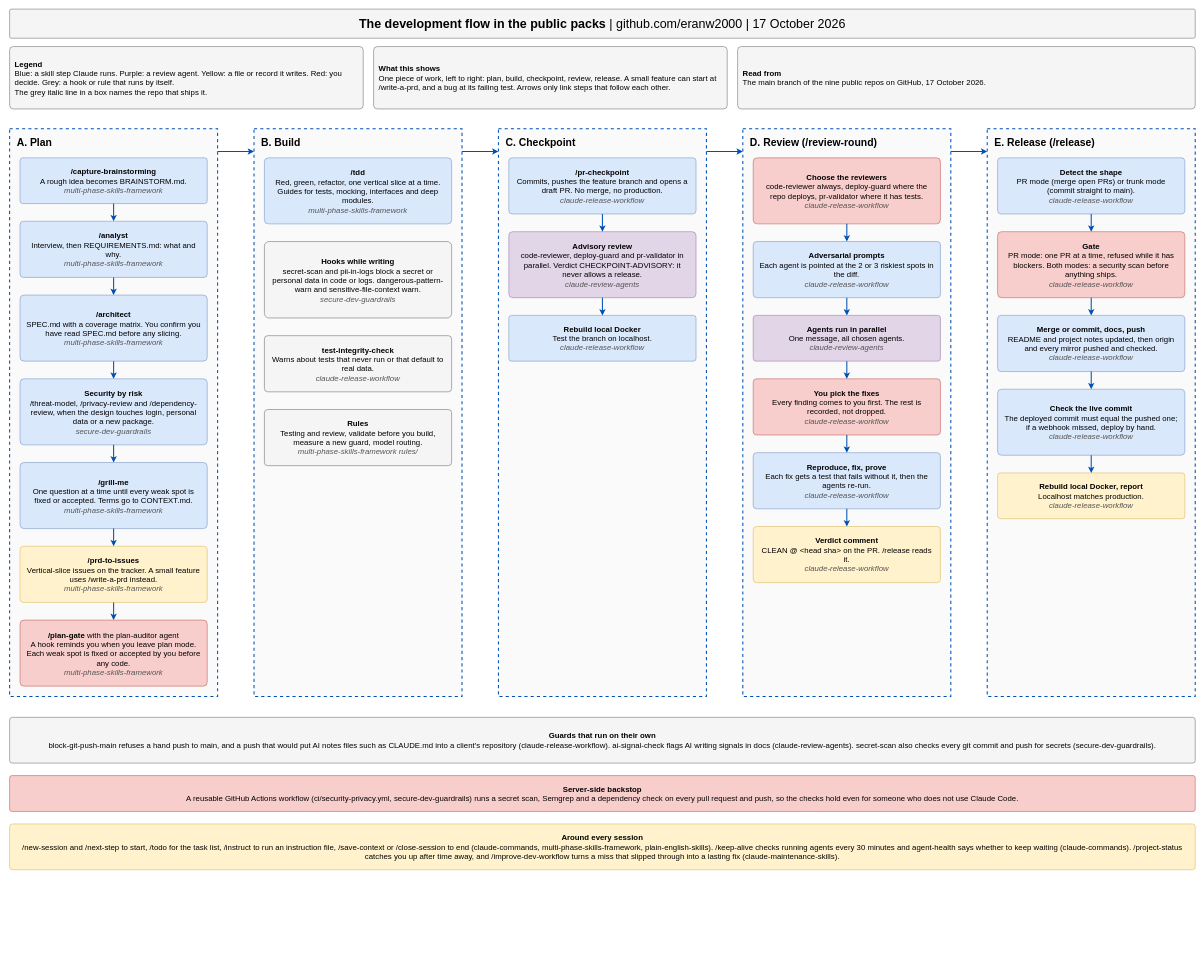
Above: docs/development-flow.drawio in eranw2000/eranw2000 (draw.io), before the change. Source tidied: cells renumbered, new cells numbered last; positions are measured from the earlier drawing's top-left corner, leaving out a move shared by most shapes. Both pictures are drawn from the tidied source at 52%, with x=0, y=0 at pixel (9, 9).
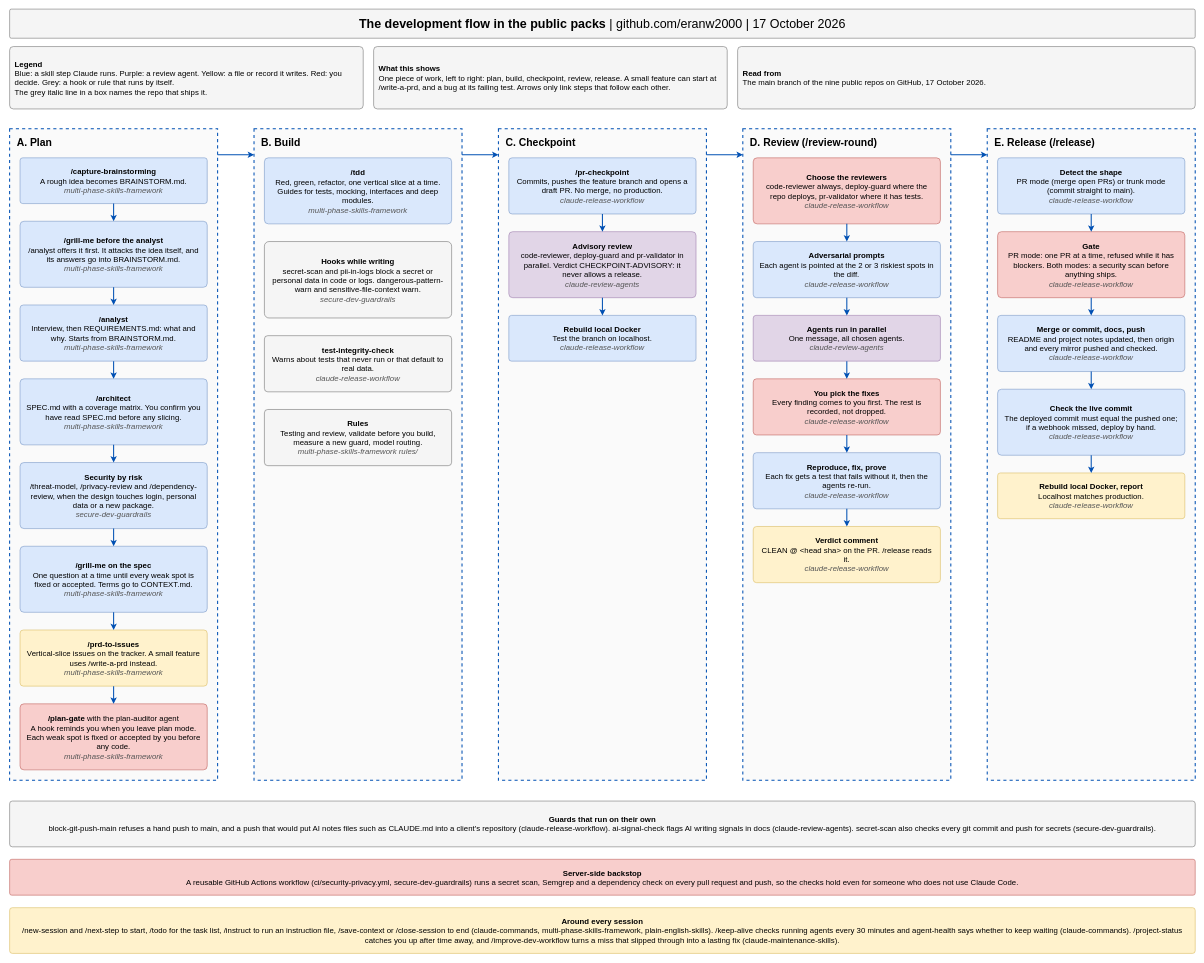
After the change.

Commit message (it also covers changes not shown here):
Development flow: show /grill-me before /analyst

/analyst offers /grill-me first and the grill writes its answers into
BRAINSTORM.md. The Plan column now shows that step as its own box.

The change refers to these unchanged cells:
```xml
<mxCell id="11" value="&lt;b&gt;/capture-brainstorming&lt;/b&gt;&lt;br&gt;A rough idea becomes BRAINSTORM.md.&lt;br&gt;&lt;i&gt;&lt;font color=&quot;#555555&quot;&gt;multi-phase-skills-framework&lt;/font&gt;&lt;/i&gt;" style="rounded=1;arcSize=6;whiteSpace=wrap;html=1;fillColor=#dae8fc;strokeColor=#6c8ebf;fontSize=15;fontFamily=Helvetica;spacing=10;align=center;verticalAlign=middle;" parent="1" vertex="1">
  <mxGeometry x="20" y="286" width="360" height="88" as="geometry" />
</mxCell>
```

Diff of the diagram source:
```diff
@@
     <mxCell id="6" value="A. Plan" style="rounded=0;whiteSpace=wrap;html=1;fillColor=#fafafa;strokeColor=#0050b3;fontStyle=1;fontSize=20;verticalAlign=top;align=left;spacingLeft=12;spacingTop=8;dashed=1;strokeWidth=2;fontFamily=Helvetica;" parent="1" vertex="1">
-      <mxGeometry y="230" width="400" height="1092" as="geometry" />
+      <mxGeometry y="230" width="400" height="1253" as="geometry" />
     </mxCell>
     <mxCell id="7" value="B. Build" style="rounded=0;whiteSpace=wrap;html=1;fillColor=#fafafa;strokeColor=#0050b3;fontStyle=1;fontSize=20;verticalAlign=top;align=left;spacingLeft=12;spacingTop=8;dashed=1;strokeWidth=2;fontFamily=Helvetica;" parent="1" vertex="1">
-      <mxGeometry x="470" y="230" width="400" height="1092" as="geometry" />
+      <mxGeometry x="470" y="230" width="400" height="1253" as="geometry" />
     </mxCell>
     <mxCell id="8" value="C. Checkpoint" style="rounded=0;whiteSpace=wrap;html=1;fillColor=#fafafa;strokeColor=#0050b3;fontStyle=1;fontSize=20;verticalAlign=top;align=left;spacingLeft=12;spacingTop=8;dashed=1;strokeWidth=2;fontFamily=Helvetica;" parent="1" vertex="1">
-      <mxGeometry x="940" y="230" width="400" height="1092" as="geometry" />
+      <mxGeometry x="940" y="230" width="400" height="1253" as="geometry" />
     </mxCell>
     <mxCell id="9" value="D. Review (/review-round)" style="rounded=0;whiteSpace=wrap;html=1;fillColor=#fafafa;strokeColor=#0050b3;fontStyle=1;fontSize=20;verticalAlign=top;align=left;spacingLeft=12;spacingTop=8;dashed=1;strokeWidth=2;fontFamily=Helvetica;" parent="1" vertex="1">
-      <mxGeometry x="1410" y="230" width="400" height="1092" as="geometry" />
+      <mxGeometry x="1410" y="230" width="400" height="1253" as="geometry" />
     </mxCell>
     <mxCell id="10" value="E. Release (/release)" style="rounded=0;whiteSpace=wrap;html=1;fillColor=#fafafa;strokeColor=#0050b3;fontStyle=1;fontSize=20;verticalAlign=top;align=left;spacingLeft=12;spacingTop=8;dashed=1;strokeWidth=2;fontFamily=Helvetica;" parent="1" vertex="1">
-      <mxGeometry x="1880" y="230" width="400" height="1092" as="geometry" />
+      <mxGeometry x="1880" y="230" width="400" height="1253" as="geometry" />
     </mxCell>
@@
+    <mxCell id="60" value="&lt;b&gt;/grill-me before the analyst&lt;/b&gt;&lt;br&gt;/analyst offers it first. It attacks the idea itself, and its answers go into BRAINSTORM.md.&lt;br&gt;&lt;i&gt;&lt;font color=&quot;#555555&quot;&gt;multi-phase-skills-framework&lt;/font&gt;&lt;/i&gt;" style="rounded=1;arcSize=6;whiteSpace=wrap;html=1;fillColor=#dae8fc;strokeColor=#6c8ebf;fontSize=15;fontFamily=Helvetica;spacing=10;align=center;verticalAlign=middle;" parent="1" vertex="1">
+      <mxGeometry x="20" y="408" width="360" height="127" as="geometry" />
+    </mxCell>
+    <mxCell id="61" style="edgeStyle=orthogonalEdgeStyle;rounded=0;html=1;endArrow=classic;strokeWidth=2;strokeColor=#0050b3;exitX=0.5;exitY=1;entryX=0.5;entryY=0;" parent="1" edge="1" source="11" target="60">
+      <mxGeometry relative="1" as="geometry" />
+    </mxCell>
-    <mxCell id="12" value="&lt;b&gt;/analyst&lt;/b&gt;&lt;br&gt;Interview, then REQUIREMENTS.md: what and why.&lt;br&gt;&lt;i&gt;&lt;font color=&quot;#555555&quot;&gt;multi-phase-skills-framework&lt;/font&gt;&lt;/i&gt;" style="rounded=1;arcSize=6;whiteSpace=wrap;html=1;fillColor=#dae8fc;strokeColor=#6c8ebf;fontSize=15;fontFamily=Helvetica;spacing=10;align=center;verticalAlign=middle;" parent="1" vertex="1">
-      <mxGeometry x="20" y="408" width="360" height="108" as="geometry" />
+    <mxCell id="12" value="&lt;b&gt;/analyst&lt;/b&gt;&lt;br&gt;Interview, then REQUIREMENTS.md: what and why. Starts from BRAINSTORM.md.&lt;br&gt;&lt;i&gt;&lt;font color=&quot;#555555&quot;&gt;multi-phase-skills-framework&lt;/font&gt;&lt;/i&gt;" style="rounded=1;arcSize=6;whiteSpace=wrap;html=1;fillColor=#dae8fc;strokeColor=#6c8ebf;fontSize=15;fontFamily=Helvetica;spacing=10;align=center;verticalAlign=middle;" parent="1" vertex="1">
+      <mxGeometry x="20" y="569" width="360" height="108" as="geometry" />
     </mxCell>
-    <mxCell id="13" style="edgeStyle=orthogonalEdgeStyle;rounded=0;html=1;endArrow=classic;strokeWidth=2;strokeColor=#0050b3;exitX=0.5;exitY=1;entryX=0.5;entryY=0;" parent="1" edge="1" source="11" target="12">
-      <mxGeometry relative="1" as="geometry" />
-    </mxCell>
+    <mxCell id="62" style="edgeStyle=orthogonalEdgeStyle;rounded=0;html=1;endArrow=classic;strokeWidth=2;strokeColor=#0050b3;exitX=0.5;exitY=1;entryX=0.5;entryY=0;" parent="1" edge="1" source="60" target="12">
+      <mxGeometry relative="1" as="geometry" />
+    </mxCell>
     <mxCell id="14" value="&lt;b&gt;/architect&lt;/b&gt;&lt;br&gt;SPEC.md with a coverage matrix. You confirm you have read SPEC.md before any slicing.&lt;br&gt;&lt;i&gt;&lt;font color=&quot;#555555&quot;&gt;multi-phase-skills-framework&lt;/font&gt;&lt;/i&gt;" style="rounded=1;arcSize=6;whiteSpace=wrap;html=1;fillColor=#dae8fc;strokeColor=#6c8ebf;fontSize=15;fontFamily=Helvetica;spacing=10;align=center;verticalAlign=middle;" parent="1" vertex="1">
-      <mxGeometry x="20" y="550" width="360" height="127" as="geometry" />
+      <mxGeometry x="20" y="711" width="360" height="127" as="geometry" />
     </mxCell>
@@
     <mxCell id="16" value="&lt;b&gt;Security by risk&lt;/b&gt;&lt;br&gt;/threat-model, /privacy-review and /dependency-review, when the design touches login, personal data or a new package.&lt;br&gt;&lt;i&gt;&lt;font color=&quot;#555555&quot;&gt;secure-dev-guardrails&lt;/font&gt;&lt;/i&gt;" style="rounded=1;arcSize=6;whiteSpace=wrap;html=1;fillColor=#dae8fc;strokeColor=#6c8ebf;fontSize=15;fontFamily=Helvetica;spacing=10;align=center;verticalAlign=middle;" parent="1" vertex="1">
-      <mxGeometry x="20" y="711" width="360" height="127" as="geometry" />
+      <mxGeometry x="20" y="872" width="360" height="127" as="geometry" />
     </mxCell>
@@
-    <mxCell id="18" value="&lt;b&gt;/grill-me&lt;/b&gt;&lt;br&gt;One question at a time until every weak spot is fixed or accepted. Terms go to CONTEXT.md.&lt;br&gt;&lt;i&gt;&lt;font color=&quot;#555555&quot;&gt;multi-phase-skills-framework&lt;/font&gt;&lt;/i&gt;" style="rounded=1;arcSize=6;whiteSpace=wrap;html=1;fillColor=#dae8fc;strokeColor=#6c8ebf;fontSize=15;fontFamily=Helvetica;spacing=10;align=center;verticalAlign=middle;" parent="1" vertex="1">
-      <mxGeometry x="20" y="872" width="360" height="127" as="geometry" />
+    <mxCell id="18" value="&lt;b&gt;/grill-me on the spec&lt;/b&gt;&lt;br&gt;One question at a time until every weak spot is fixed or accepted. Terms go to CONTEXT.md.&lt;br&gt;&lt;i&gt;&lt;font color=&quot;#555555&quot;&gt;multi-phase-skills-framework&lt;/font&gt;&lt;/i&gt;" style="rounded=1;arcSize=6;whiteSpace=wrap;html=1;fillColor=#dae8fc;strokeColor=#6c8ebf;fontSize=15;fontFamily=Helvetica;spacing=10;align=center;verticalAlign=middle;" parent="1" vertex="1">
+      <mxGeometry x="20" y="1033" width="360" height="127" as="geometry" />
     </mxCell>
@@
     <mxCell id="20" value="&lt;b&gt;/prd-to-issues&lt;/b&gt;&lt;br&gt;Vertical-slice issues on the tracker. A small feature uses /write-a-prd instead.&lt;br&gt;&lt;i&gt;&lt;font color=&quot;#555555&quot;&gt;multi-phase-skills-framework&lt;/font&gt;&lt;/i&gt;" style="rounded=1;arcSize=6;whiteSpace=wrap;html=1;fillColor=#fff2cc;strokeColor=#d6b656;fontSize=15;fontFamily=Helvetica;spacing=10;align=center;verticalAlign=middle;" parent="1" vertex="1">
-      <mxGeometry x="20" y="1033" width="360" height="108" as="geometry" />
+      <mxGeometry x="20" y="1194" width="360" height="108" as="geometry" />
     </mxCell>
@@
     <mxCell id="22" value="&lt;b&gt;/plan-gate&lt;/b&gt; with the plan-auditor agent&lt;br&gt;A hook reminds you when you leave plan mode. Each weak spot is fixed or accepted by you before any code.&lt;br&gt;&lt;i&gt;&lt;font color=&quot;#555555&quot;&gt;multi-phase-skills-framework&lt;/font&gt;&lt;/i&gt;" style="rounded=1;arcSize=6;whiteSpace=wrap;html=1;fillColor=#f8cecc;strokeColor=#b85450;fontSize=15;fontFamily=Helvetica;spacing=10;align=center;verticalAlign=middle;" parent="1" vertex="1">
-      <mxGeometry x="20" y="1175" width="360" height="127" as="geometry" />
+      <mxGeometry x="20" y="1336" width="360" height="127" as="geometry" />
     </mxCell>
@@
     <mxCell id="57" value="&lt;b&gt;Guards that run on their own&lt;/b&gt;&lt;br&gt;block-git-push-main refuses a hand push to main, and a push that would put AI notes files such as CLAUDE.md into a client's repository (claude-release-workflow). ai-signal-check flags AI writing signals in docs (claude-review-agents). secret-scan also checks every git commit and push for secrets (secure-dev-guardrails)." style="rounded=1;arcSize=6;whiteSpace=wrap;html=1;fillColor=#f5f5f5;strokeColor=#666666;fontSize=15;fontFamily=Helvetica;spacing=10;align=center;verticalAlign=middle;" parent="1" vertex="1">
-      <mxGeometry y="1362" width="2280" height="88" as="geometry" />
+      <mxGeometry y="1523" width="2280" height="88" as="geometry" />
     </mxCell>
     <mxCell id="58" value="&lt;b&gt;Server-side backstop&lt;/b&gt;&lt;br&gt;A reusable GitHub Actions workflow (ci/security-privacy.yml, secure-dev-guardrails) runs a secret scan, Semgrep and a dependency check on every pull request and push, so the checks hold even for someone who does not use Claude Code." style="rounded=1;arcSize=6;whiteSpace=wrap;html=1;fillColor=#f8cecc;strokeColor=#b85450;fontSize=15;fontFamily=Helvetica;spacing=10;align=center;verticalAlign=middle;" parent="1" vertex="1">
-      <mxGeometry y="1474" width="2280" height="69" as="geometry" />
+      <mxGeometry y="1635" width="2280" height="69" as="geometry" />
     </mxCell>
     <mxCell id="59" value="&lt;b&gt;Around every session&lt;/b&gt;&lt;br&gt;/new-session and /next-step to start, /todo for the task list, /instruct to run an instruction file, /save-context or /close-session to end (claude-commands, multi-phase-skills-framework, plain-english-skills). /keep-alive checks running agents every 30 minutes and agent-health says whether to keep waiting (claude-commands). /project-status catches you up after time away, and /improve-dev-workflow turns a miss that slipped through into a lasting fix (claude-maintenance-skills)." style="rounded=1;arcSize=6;whiteSpace=wrap;html=1;fillColor=#fff2cc;strokeColor=#d6b656;fontSize=15;fontFamily=Helvetica;spacing=10;align=center;verticalAlign=middle;" parent="1" vertex="1">
-      <mxGeometry y="1567" width="2280" height="88" as="geometry" />
+      <mxGeometry y="1728" width="2280" height="88" as="geometry" />
     </mxCell>
```
